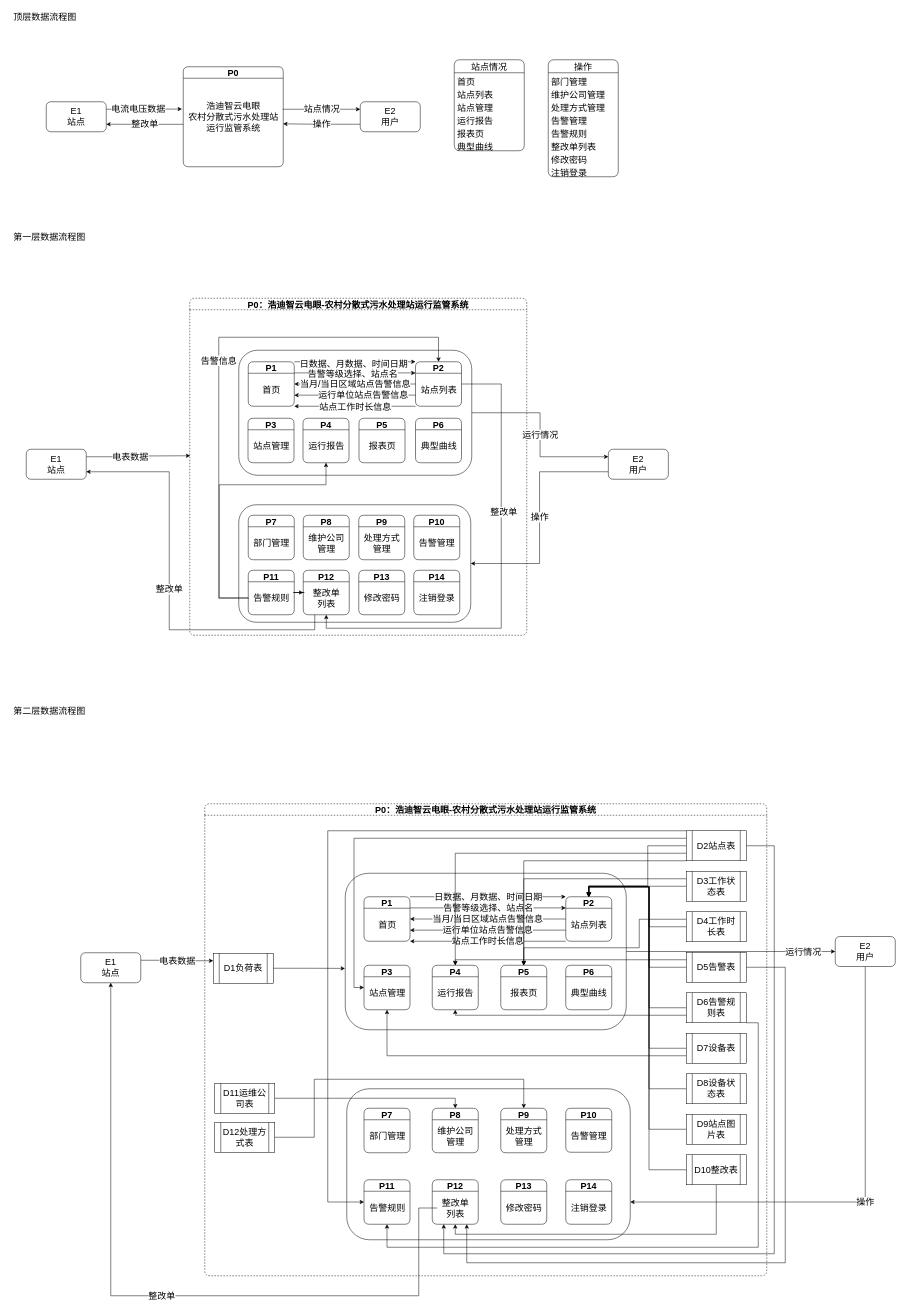
Above: 数据流图.drawio in Lihua-neko/QASystemOnMedicalKG (draw.io), before the change. Source tidied: cells renumbered, new cells numbered last; positions are measured from the earlier drawing's top-left corner, leaving out a move shared by most shapes. Both pictures are drawn from the tidied source at 50%, with x=0, y=0 at pixel (8, 8).
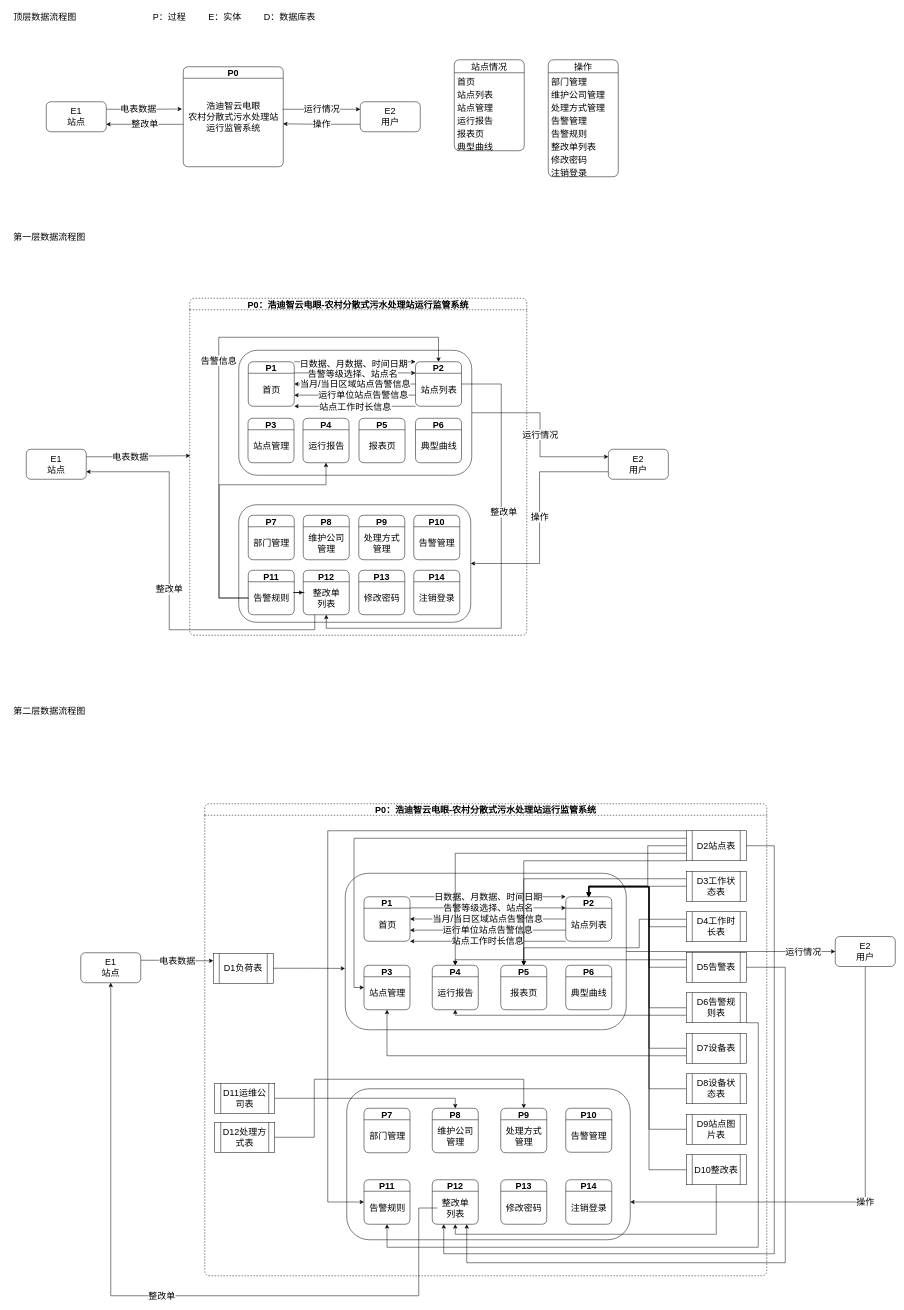
The same page after the edit.

Commit message (it also covers changes not shown here):
更新数据流图.drawio

The change refers to these unchanged cells:
```xml
<mxCell id="4" value="浩迪智云电眼&lt;br&gt;农村分散式污水处理站&lt;br&gt;运行监管系统" style="text;html=1;align=center;verticalAlign=middle;points=[];strokeColor=none;fillColor=none;fontSize=18;" parent="3" vertex="1">
  <mxGeometry x="1" y="62" width="198" height="77" as="geometry" />
</mxCell>
<mxCell id="5" style="edgeStyle=orthogonalEdgeStyle;rounded=0;jettySize=auto;html=1;exitX=1;exitY=0.25;exitDx=0;exitDy=0;entryX=-0.018;entryY=0.293;entryDx=0;entryDy=0;entryPerimeter=0;fontSize=18;" parent="1" edge="1" source="7" target="4">
  <mxGeometry relative="1" as="geometry" />
</mxCell>
<mxCell id="9" value="E2&lt;br&gt;用户" style="rounded=1;whiteSpace=wrap;html=1;shadow=0;glass=0;sketch=0;fontSize=18;" parent="1" vertex="1">
  <mxGeometry x="703" y="186" width="120" height="60" as="geometry" />
</mxCell>
```

What changed in the source:
```diff
@@
-    <mxCell id="6" value="电流电压数据" style="edgeLabel;html=1;align=center;verticalAlign=middle;fontSize=18;" parent="5" vertex="1">
+    <mxCell id="6" value="电表数据" style="edgeLabel;html=1;align=center;verticalAlign=middle;fontSize=18;" parent="5" vertex="1">
       <mxGeometry x="-0.18" y="1" relative="1" as="geometry">
         <mxPoint x="1" as="offset" />
       </mxGeometry>
     </mxCell>
@@
-    <mxCell id="10" value="站点情况" style="edgeStyle=orthogonalEdgeStyle;rounded=0;jettySize=auto;html=1;exitX=0.999;exitY=0.299;exitDx=0;exitDy=0;entryX=0;entryY=0.25;entryDx=0;entryDy=0;fontSize=18;exitPerimeter=0;" parent="1" edge="1" source="4" target="9">
+    <mxCell id="10" value="运行情况" style="edgeStyle=orthogonalEdgeStyle;rounded=0;jettySize=auto;html=1;exitX=0.999;exitY=0.299;exitDx=0;exitDy=0;entryX=0;entryY=0.25;entryDx=0;entryDy=0;fontSize=18;exitPerimeter=0;" parent="1" edge="1" source="4" target="9">
       <mxGeometry relative="1" as="geometry" />
     </mxCell>
@@
+    <mxCell id="162" value="P：过程&amp;nbsp; &amp;nbsp; &amp;nbsp; &amp;nbsp; &amp;nbsp;E：实体&amp;nbsp; &amp;nbsp; &amp;nbsp; &amp;nbsp; &amp;nbsp;D：数据库表" style="text;html=1;strokeColor=none;fillColor=none;align=center;verticalAlign=middle;whiteSpace=wrap;rounded=0;fontSize=18;" parent="1" vertex="1">
+      <mxGeometry x="169" y="2" width="564" height="30" as="geometry" />
+    </mxCell>
```
